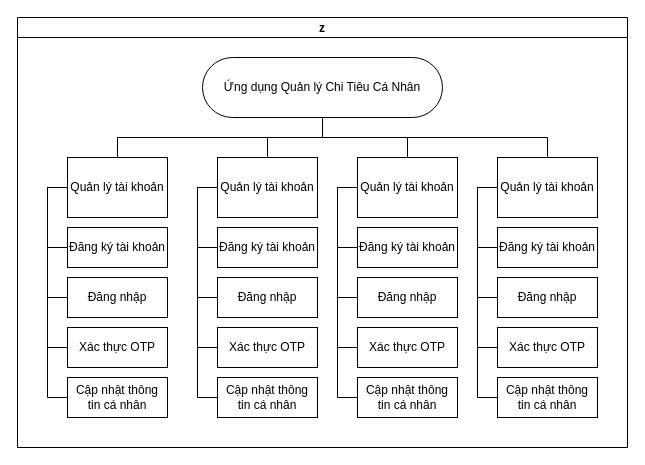
This is page "BFD" (4 of 4) of Biểu đồ không có tiêu đề.drawio from trinhkhanh29/trinhkhanh29, a draw.io file, before an edit. Source tidied: cells renumbered, new cells numbered last; positions are measured from the earlier drawing's top-left corner, leaving out a move shared by most shapes. Both pictures are drawn from the tidied source at 100%, with x=0, y=0 at pixel (17, 17).
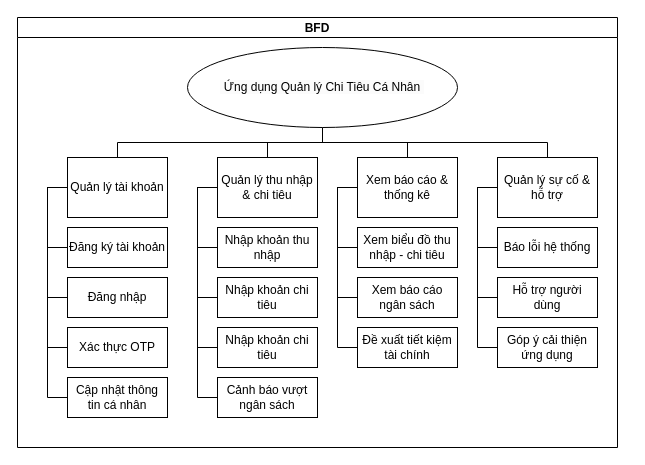
The same diagram, later.

Commit message (it also covers changes not shown here):
Cập nhật Biểu đồ không có tiêu đề.drawio

The edit, as a diff of the source:
```diff
@@
-    <mxCell id="2" value="z" style="swimlane;startSize=20;horizontal=1;containerType=tree;newEdgeStyle={&quot;edgeStyle&quot;:&quot;elbowEdgeStyle&quot;,&quot;startArrow&quot;:&quot;none&quot;,&quot;endArrow&quot;:&quot;none&quot;};" parent="1" vertex="1">
-      <mxGeometry width="610" height="430" as="geometry" />
+    <mxCell id="2" value="BFD" style="swimlane;startSize=20;horizontal=1;containerType=tree;newEdgeStyle={&quot;edgeStyle&quot;:&quot;elbowEdgeStyle&quot;,&quot;startArrow&quot;:&quot;none&quot;,&quot;endArrow&quot;:&quot;none&quot;};" parent="1" vertex="1">
+      <mxGeometry width="600" height="430" as="geometry" />
     </mxCell>
@@
-    <mxCell id="4" style="rounded=0;jettySize=auto;html=1;startArrow=none;endArrow=none;exitX=0.5;exitY=1;exitDx=0;exitDy=0;entryX=0.5;entryY=0;entryDx=0;entryDy=0;edgeStyle=elbowEdgeStyle;elbow=vertical;" parent="2" edge="1" source="6" target="14">
+    <mxCell id="4" style="rounded=0;jettySize=auto;html=1;startArrow=none;endArrow=none;entryX=0.5;entryY=0;entryDx=0;entryDy=0;edgeStyle=elbowEdgeStyle;elbow=vertical;exitX=0.5;exitY=1;exitDx=0;exitDy=0;" parent="2" edge="1" source="6" target="14">
       <mxGeometry relative="1" as="geometry" />
     </mxCell>
-    <mxCell id="5" style="edgeStyle=elbowEdgeStyle;rounded=0;jettySize=auto;html=1;startArrow=none;endArrow=none;exitX=0.5;exitY=1;exitDx=0;exitDy=0;entryX=0.5;entryY=0;entryDx=0;entryDy=0;elbow=vertical;" parent="2" edge="1" source="6" target="23">
+    <mxCell id="5" style="edgeStyle=elbowEdgeStyle;rounded=0;jettySize=auto;html=1;startArrow=none;endArrow=none;entryX=0.5;entryY=0;entryDx=0;entryDy=0;elbow=vertical;exitX=0.5;exitY=1;exitDx=0;exitDy=0;" parent="2" edge="1" source="6" target="23">
       <mxGeometry relative="1" as="geometry" />
     </mxCell>
-    <mxCell id="6" value="&amp;nbsp;Ứng dụng Quản lý Chi Tiêu Cá Nhân&amp;nbsp;" style="whiteSpace=wrap;html=1;align=center;newEdgeStyle={&quot;edgeStyle&quot;:&quot;elbowEdgeStyle&quot;,&quot;startArrow&quot;:&quot;none&quot;,&quot;endArrow&quot;:&quot;none&quot;};rounded=1;arcSize=50;" parent="2" vertex="1">
-      <mxGeometry x="185" y="40" width="240" height="60" as="geometry" />
-    </mxCell>
@@
-    <mxCell id="14" value="Quản lý tài khoản" style="whiteSpace=wrap;html=1;align=center;verticalAlign=middle;newEdgeStyle={&quot;edgeStyle&quot;:&quot;elbowEdgeStyle&quot;,&quot;startArrow&quot;:&quot;none&quot;,&quot;endArrow&quot;:&quot;none&quot;};" parent="2" vertex="1">
+    <mxCell id="14" value="Quản lý thu nhập &amp; chi tiêu" style="whiteSpace=wrap;html=1;align=center;verticalAlign=middle;newEdgeStyle={&quot;edgeStyle&quot;:&quot;elbowEdgeStyle&quot;,&quot;startArrow&quot;:&quot;none&quot;,&quot;endArrow&quot;:&quot;none&quot;};" parent="2" vertex="1">
       <mxGeometry x="200" y="140" width="100" height="60" as="geometry" />
     </mxCell>
-    <mxCell id="15" value="Đăng ký tài khoản" style="whiteSpace=wrap;html=1;align=center;verticalAlign=middle;newEdgeStyle={&quot;edgeStyle&quot;:&quot;elbowEdgeStyle&quot;,&quot;startArrow&quot;:&quot;none&quot;,&quot;endArrow&quot;:&quot;none&quot;};" parent="2" vertex="1">
+    <mxCell id="15" value="Nhập khoản thu nhập" style="whiteSpace=wrap;html=1;align=center;verticalAlign=middle;newEdgeStyle={&quot;edgeStyle&quot;:&quot;elbowEdgeStyle&quot;,&quot;startArrow&quot;:&quot;none&quot;,&quot;endArrow&quot;:&quot;none&quot;};" parent="2" vertex="1">
       <mxGeometry x="200" y="210" width="100" height="40" as="geometry" />
     </mxCell>
-    <mxCell id="16" value="Đăng nhập" style="whiteSpace=wrap;html=1;align=center;verticalAlign=middle;newEdgeStyle={&quot;edgeStyle&quot;:&quot;elbowEdgeStyle&quot;,&quot;startArrow&quot;:&quot;none&quot;,&quot;endArrow&quot;:&quot;none&quot;};" parent="2" vertex="1">
+    <mxCell id="16" value="Nhập khoản chi tiêu" style="whiteSpace=wrap;html=1;align=center;verticalAlign=middle;newEdgeStyle={&quot;edgeStyle&quot;:&quot;elbowEdgeStyle&quot;,&quot;startArrow&quot;:&quot;none&quot;,&quot;endArrow&quot;:&quot;none&quot;};" parent="2" vertex="1">
       <mxGeometry x="200" y="260" width="100" height="40" as="geometry" />
     </mxCell>
-    <mxCell id="17" value="Xác thực OTP" style="whiteSpace=wrap;html=1;align=center;verticalAlign=middle;newEdgeStyle={&quot;edgeStyle&quot;:&quot;elbowEdgeStyle&quot;,&quot;startArrow&quot;:&quot;none&quot;,&quot;endArrow&quot;:&quot;none&quot;};" parent="2" vertex="1">
+    <mxCell id="17" value="Nhập khoản chi tiêu" style="whiteSpace=wrap;html=1;align=center;verticalAlign=middle;newEdgeStyle={&quot;edgeStyle&quot;:&quot;elbowEdgeStyle&quot;,&quot;startArrow&quot;:&quot;none&quot;,&quot;endArrow&quot;:&quot;none&quot;};" parent="2" vertex="1">
       <mxGeometry x="200" y="310" width="100" height="40" as="geometry" />
     </mxCell>
-    <mxCell id="18" value="Cập nhật thông tin cá nhân" style="whiteSpace=wrap;html=1;align=center;verticalAlign=middle;newEdgeStyle={&quot;edgeStyle&quot;:&quot;elbowEdgeStyle&quot;,&quot;startArrow&quot;:&quot;none&quot;,&quot;endArrow&quot;:&quot;none&quot;};" parent="2" vertex="1">
+    <mxCell id="18" value="Cảnh báo vượt ngân sách" style="whiteSpace=wrap;html=1;align=center;verticalAlign=middle;newEdgeStyle={&quot;edgeStyle&quot;:&quot;elbowEdgeStyle&quot;,&quot;startArrow&quot;:&quot;none&quot;,&quot;endArrow&quot;:&quot;none&quot;};" parent="2" vertex="1">
       <mxGeometry x="200" y="360" width="100" height="40" as="geometry" />
     </mxCell>
@@
-    <mxCell id="23" value="Quản lý tài khoản" style="whiteSpace=wrap;html=1;align=center;verticalAlign=middle;newEdgeStyle={&quot;edgeStyle&quot;:&quot;elbowEdgeStyle&quot;,&quot;startArrow&quot;:&quot;none&quot;,&quot;endArrow&quot;:&quot;none&quot;};" parent="2" vertex="1">
+    <mxCell id="23" value="Xem báo cáo &amp; thống kê" style="whiteSpace=wrap;html=1;align=center;verticalAlign=middle;newEdgeStyle={&quot;edgeStyle&quot;:&quot;elbowEdgeStyle&quot;,&quot;startArrow&quot;:&quot;none&quot;,&quot;endArrow&quot;:&quot;none&quot;};" parent="2" vertex="1">
       <mxGeometry x="340" y="140" width="100" height="60" as="geometry" />
     </mxCell>
-    <mxCell id="24" value="Đăng ký tài khoản" style="whiteSpace=wrap;html=1;align=center;verticalAlign=middle;newEdgeStyle={&quot;edgeStyle&quot;:&quot;elbowEdgeStyle&quot;,&quot;startArrow&quot;:&quot;none&quot;,&quot;endArrow&quot;:&quot;none&quot;};" parent="2" vertex="1">
+    <mxCell id="24" value="Xem biểu đồ thu nhập - chi tiêu" style="whiteSpace=wrap;html=1;align=center;verticalAlign=middle;newEdgeStyle={&quot;edgeStyle&quot;:&quot;elbowEdgeStyle&quot;,&quot;startArrow&quot;:&quot;none&quot;,&quot;endArrow&quot;:&quot;none&quot;};" parent="2" vertex="1">
       <mxGeometry x="340" y="210" width="100" height="40" as="geometry" />
     </mxCell>
-    <mxCell id="25" value="Đăng nhập" style="whiteSpace=wrap;html=1;align=center;verticalAlign=middle;newEdgeStyle={&quot;edgeStyle&quot;:&quot;elbowEdgeStyle&quot;,&quot;startArrow&quot;:&quot;none&quot;,&quot;endArrow&quot;:&quot;none&quot;};" parent="2" vertex="1">
+    <mxCell id="25" value="Xem báo cáo ngân sách" style="whiteSpace=wrap;html=1;align=center;verticalAlign=middle;newEdgeStyle={&quot;edgeStyle&quot;:&quot;elbowEdgeStyle&quot;,&quot;startArrow&quot;:&quot;none&quot;,&quot;endArrow&quot;:&quot;none&quot;};" parent="2" vertex="1">
       <mxGeometry x="340" y="260" width="100" height="40" as="geometry" />
     </mxCell>
-    <mxCell id="26" value="Xác thực OTP" style="whiteSpace=wrap;html=1;align=center;verticalAlign=middle;newEdgeStyle={&quot;edgeStyle&quot;:&quot;elbowEdgeStyle&quot;,&quot;startArrow&quot;:&quot;none&quot;,&quot;endArrow&quot;:&quot;none&quot;};" parent="2" vertex="1">
+    <mxCell id="26" value="Đề xuất tiết kiệm tài chính" style="whiteSpace=wrap;html=1;align=center;verticalAlign=middle;newEdgeStyle={&quot;edgeStyle&quot;:&quot;elbowEdgeStyle&quot;,&quot;startArrow&quot;:&quot;none&quot;,&quot;endArrow&quot;:&quot;none&quot;};" parent="2" vertex="1">
       <mxGeometry x="340" y="310" width="100" height="40" as="geometry" />
     </mxCell>
-    <mxCell id="27" value="Cập nhật thông tin cá nhân" style="whiteSpace=wrap;html=1;align=center;verticalAlign=middle;newEdgeStyle={&quot;edgeStyle&quot;:&quot;elbowEdgeStyle&quot;,&quot;startArrow&quot;:&quot;none&quot;,&quot;endArrow&quot;:&quot;none&quot;};" parent="2" vertex="1">
-      <mxGeometry x="340" y="360" width="100" height="40" as="geometry" />
-    </mxCell>
@@
-    <mxCell id="29" style="edgeStyle=elbowEdgeStyle;rounded=0;jettySize=auto;html=1;startArrow=none;endArrow=none;exitX=0;exitY=0.5;exitDx=0;exitDy=0;entryX=0;entryY=0.5;entryDx=0;entryDy=0;" parent="2" edge="1" source="23" target="27">
-      <mxGeometry relative="1" as="geometry">
-        <Array as="points">
-          <mxPoint x="320" y="280" />
-        </Array>
-      </mxGeometry>
-    </mxCell>
@@
-    <mxCell id="32" value="Quản lý tài khoản" style="whiteSpace=wrap;html=1;align=center;verticalAlign=middle;newEdgeStyle={&quot;edgeStyle&quot;:&quot;elbowEdgeStyle&quot;,&quot;startArrow&quot;:&quot;none&quot;,&quot;endArrow&quot;:&quot;none&quot;};" parent="2" vertex="1">
+    <mxCell id="32" value="Quản lý sự cố &amp; hỗ trợ" style="whiteSpace=wrap;html=1;align=center;verticalAlign=middle;newEdgeStyle={&quot;edgeStyle&quot;:&quot;elbowEdgeStyle&quot;,&quot;startArrow&quot;:&quot;none&quot;,&quot;endArrow&quot;:&quot;none&quot;};" parent="2" vertex="1">
       <mxGeometry x="480" y="140" width="100" height="60" as="geometry" />
     </mxCell>
-    <mxCell id="33" value="Đăng ký tài khoản" style="whiteSpace=wrap;html=1;align=center;verticalAlign=middle;newEdgeStyle={&quot;edgeStyle&quot;:&quot;elbowEdgeStyle&quot;,&quot;startArrow&quot;:&quot;none&quot;,&quot;endArrow&quot;:&quot;none&quot;};" parent="2" vertex="1">
+    <mxCell id="33" value="Báo lỗi hệ thống" style="whiteSpace=wrap;html=1;align=center;verticalAlign=middle;newEdgeStyle={&quot;edgeStyle&quot;:&quot;elbowEdgeStyle&quot;,&quot;startArrow&quot;:&quot;none&quot;,&quot;endArrow&quot;:&quot;none&quot;};" parent="2" vertex="1">
       <mxGeometry x="480" y="210" width="100" height="40" as="geometry" />
     </mxCell>
-    <mxCell id="34" value="Đăng nhập" style="whiteSpace=wrap;html=1;align=center;verticalAlign=middle;newEdgeStyle={&quot;edgeStyle&quot;:&quot;elbowEdgeStyle&quot;,&quot;startArrow&quot;:&quot;none&quot;,&quot;endArrow&quot;:&quot;none&quot;};" parent="2" vertex="1">
+    <mxCell id="34" value="Hỗ trợ người dùng" style="whiteSpace=wrap;html=1;align=center;verticalAlign=middle;newEdgeStyle={&quot;edgeStyle&quot;:&quot;elbowEdgeStyle&quot;,&quot;startArrow&quot;:&quot;none&quot;,&quot;endArrow&quot;:&quot;none&quot;};" parent="2" vertex="1">
       <mxGeometry x="480" y="260" width="100" height="40" as="geometry" />
     </mxCell>
-    <mxCell id="35" value="Xác thực OTP" style="whiteSpace=wrap;html=1;align=center;verticalAlign=middle;newEdgeStyle={&quot;edgeStyle&quot;:&quot;elbowEdgeStyle&quot;,&quot;startArrow&quot;:&quot;none&quot;,&quot;endArrow&quot;:&quot;none&quot;};" parent="2" vertex="1">
+    <mxCell id="35" value="Góp ý cải thiện ứng dụng" style="whiteSpace=wrap;html=1;align=center;verticalAlign=middle;newEdgeStyle={&quot;edgeStyle&quot;:&quot;elbowEdgeStyle&quot;,&quot;startArrow&quot;:&quot;none&quot;,&quot;endArrow&quot;:&quot;none&quot;};" parent="2" vertex="1">
       <mxGeometry x="480" y="310" width="100" height="40" as="geometry" />
     </mxCell>
-    <mxCell id="36" value="Cập nhật thông tin cá nhân" style="whiteSpace=wrap;html=1;align=center;verticalAlign=middle;newEdgeStyle={&quot;edgeStyle&quot;:&quot;elbowEdgeStyle&quot;,&quot;startArrow&quot;:&quot;none&quot;,&quot;endArrow&quot;:&quot;none&quot;};" parent="2" vertex="1">
-      <mxGeometry x="480" y="360" width="100" height="40" as="geometry" />
-    </mxCell>
@@
-    <mxCell id="38" style="edgeStyle=elbowEdgeStyle;rounded=0;jettySize=auto;html=1;startArrow=none;endArrow=none;exitX=0;exitY=0.5;exitDx=0;exitDy=0;entryX=0;entryY=0.5;entryDx=0;entryDy=0;" parent="2" edge="1" source="32" target="36">
-      <mxGeometry relative="1" as="geometry">
-        <Array as="points">
-          <mxPoint x="460" y="280" />
-        </Array>
-      </mxGeometry>
-    </mxCell>
@@
-    <mxCell id="43" style="edgeStyle=elbowEdgeStyle;rounded=0;jettySize=auto;html=1;startArrow=none;endArrow=none;exitX=0.5;exitY=1;exitDx=0;exitDy=0;entryX=0.5;entryY=0;entryDx=0;entryDy=0;elbow=vertical;" parent="2" edge="1" source="6" target="32">
+    <mxCell id="43" style="edgeStyle=elbowEdgeStyle;rounded=0;jettySize=auto;html=1;startArrow=none;endArrow=none;entryX=0.5;entryY=0;entryDx=0;entryDy=0;elbow=vertical;exitX=0.5;exitY=1;exitDx=0;exitDy=0;" parent="2" edge="1" source="6" target="32">
       <mxGeometry relative="1" as="geometry" />
     </mxCell>
+    <mxCell id="6" value="&lt;span style=&quot;color: rgb(0, 0, 0); font-family: Helvetica; font-size: 12px; font-style: normal; font-variant-ligatures: normal; font-variant-caps: normal; font-weight: 400; letter-spacing: normal; orphans: 2; text-align: center; text-indent: 0px; text-transform: none; widows: 2; word-spacing: 0px; -webkit-text-stroke-width: 0px; white-space: normal; background-color: rgb(251, 251, 251); text-decoration-thickness: initial; text-decoration-style: initial; text-decoration-color: initial; float: none; display: inline !important;&quot;&gt;&amp;nbsp;Ứng dụng Quản lý Chi Tiêu Cá Nhân&amp;nbsp;&lt;/span&gt;" style="ellipse;whiteSpace=wrap;html=1;" parent="2" vertex="1">
+      <mxGeometry x="170" y="30" width="270" height="80" as="geometry" />
+    </mxCell>
```
